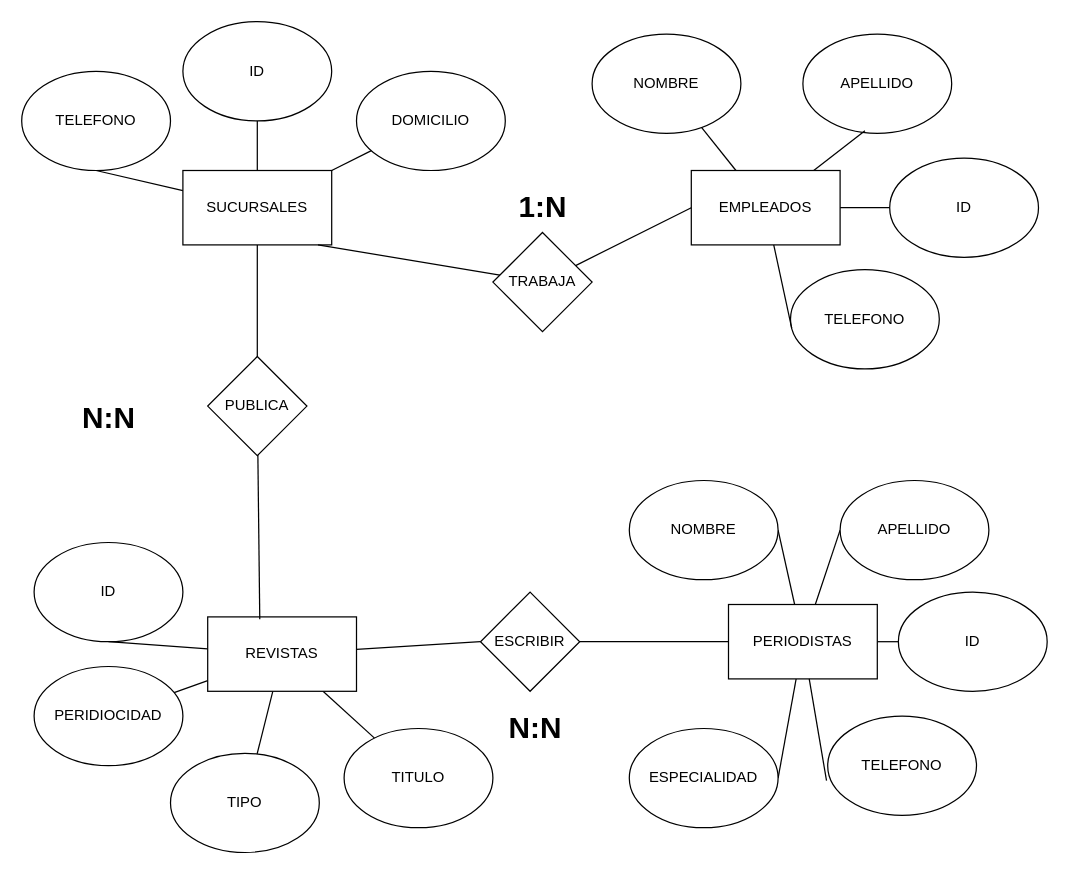
Earlier version of the draw.io diagram page "Moodle" (1 of 4) of Relacion_entidad.io.drawio (leoandyaz/Base-de-datos). Source tidied: cells renumbered, new cells numbered last; positions are measured from the earlier drawing's top-left corner, leaving out a move shared by most shapes. Both pictures are drawn from the tidied source at 124%, with x=0, y=0 at pixel (21, 21).
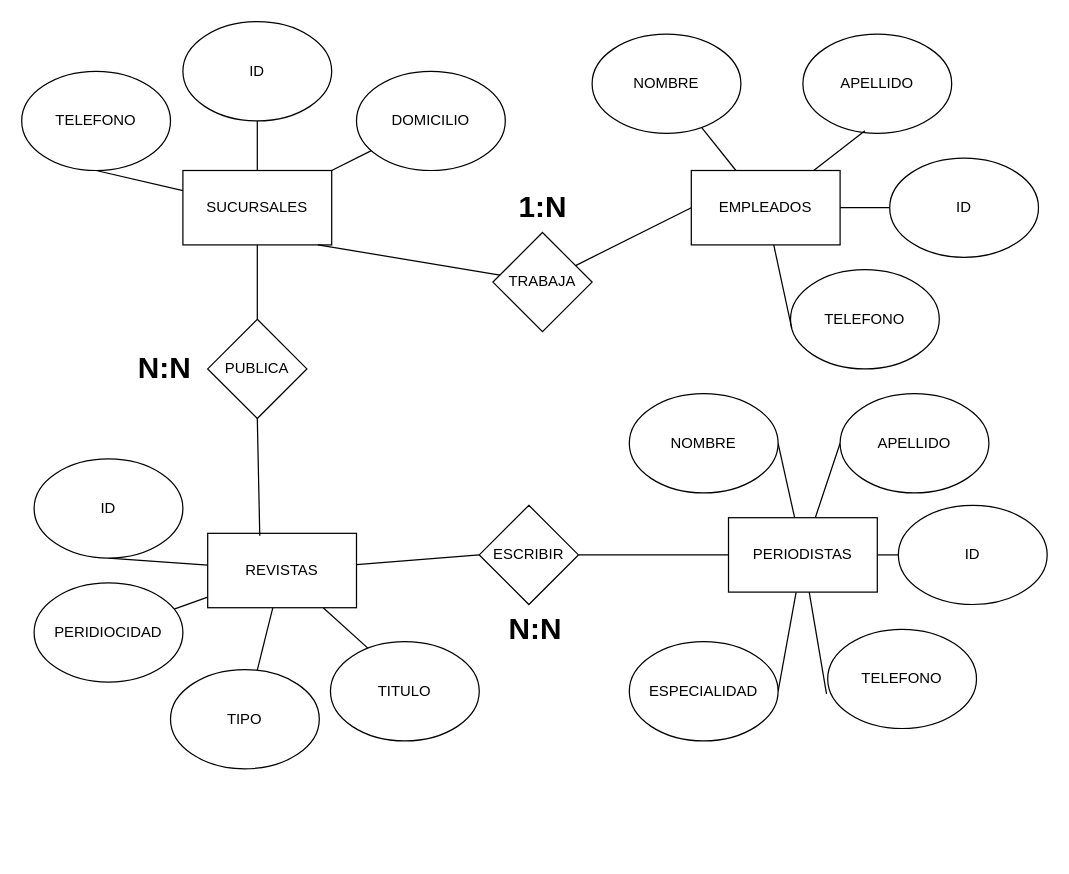
After the change.

Change to the diagram source:
```diff
@@
     <mxCell id="10" value="PUBLICA" style="rhombus;whiteSpace=wrap;html=1;" parent="1" vertex="1">
-      <mxGeometry x="150" y="270" width="80" height="80" as="geometry" />
+      <mxGeometry x="150" y="240" width="80" height="80" as="geometry" />
     </mxCell>
@@
     <mxCell id="22" value="PERIODISTAS" style="rounded=0;whiteSpace=wrap;html=1;" parent="1" vertex="1">
-      <mxGeometry x="570" y="470" width="120" height="60" as="geometry" />
+      <mxGeometry x="570" y="400" width="120" height="60" as="geometry" />
     </mxCell>
     <mxCell id="23" value="NOMBRE" style="ellipse;whiteSpace=wrap;html=1;" parent="1" vertex="1">
-      <mxGeometry x="490" y="370" width="120" height="80" as="geometry" />
+      <mxGeometry x="490" y="300" width="120" height="80" as="geometry" />
     </mxCell>
     <mxCell id="24" value="APELLIDO" style="ellipse;whiteSpace=wrap;html=1;" parent="1" vertex="1">
-      <mxGeometry x="660" y="370" width="120" height="80" as="geometry" />
+      <mxGeometry x="660" y="300" width="120" height="80" as="geometry" />
     </mxCell>
     <mxCell id="25" value="ID" style="ellipse;whiteSpace=wrap;html=1;" parent="1" vertex="1">
-      <mxGeometry x="707" y="460" width="120" height="80" as="geometry" />
+      <mxGeometry x="707" y="390" width="120" height="80" as="geometry" />
     </mxCell>
     <mxCell id="26" value="TELEFONO" style="ellipse;whiteSpace=wrap;html=1;" parent="1" vertex="1">
-      <mxGeometry x="650" y="560" width="120" height="80" as="geometry" />
+      <mxGeometry x="650" y="490" width="120" height="80" as="geometry" />
     </mxCell>
     <mxCell id="27" value="ESPECIALIDAD" style="ellipse;whiteSpace=wrap;html=1;" parent="1" vertex="1">
-      <mxGeometry x="490" y="570" width="120" height="80" as="geometry" />
+      <mxGeometry x="490" y="500" width="120" height="80" as="geometry" />
     </mxCell>
@@
     <mxCell id="29" value="ESCRIBIR" style="rhombus;whiteSpace=wrap;html=1;" parent="1" vertex="1">
-      <mxGeometry x="370" y="460" width="80" height="80" as="geometry" />
+      <mxGeometry x="369" y="390" width="80" height="80" as="geometry" />
     </mxCell>
-    <mxCell id="30" style="rounded=0;jettySize=auto;html=1;endArrow=none;endFill=0;" parent="1" edge="1" source="35" target="36">
-      <mxGeometry relative="1" as="geometry" />
+    <mxCell id="30" style="rounded=0;jettySize=auto;html=1;endArrow=none;endFill=0;" parent="1" edge="1" source="35">
+      <mxGeometry relative="1" as="geometry">
+        <mxPoint x="284.7" y="510.2" as="targetPoint" />
+      </mxGeometry>
     </mxCell>
@@
     <mxCell id="35" value="REVISTAS" style="rounded=0;whiteSpace=wrap;html=1;" parent="1" vertex="1">
-      <mxGeometry x="150" y="480" width="120" height="60" as="geometry" />
+      <mxGeometry x="150" y="412.6" width="120" height="60" as="geometry" />
     </mxCell>
     <mxCell id="36" value="TITULO" style="ellipse;whiteSpace=wrap;html=1;" parent="1" vertex="1">
-      <mxGeometry x="260" y="570" width="120" height="80" as="geometry" />
+      <mxGeometry x="249" y="500" width="120" height="80" as="geometry" />
     </mxCell>
     <mxCell id="37" value="ID" style="ellipse;whiteSpace=wrap;html=1;" parent="1" vertex="1">
-      <mxGeometry x="10" y="420" width="120" height="80" as="geometry" />
+      <mxGeometry x="10" y="352.6" width="120" height="80" as="geometry" />
     </mxCell>
     <mxCell id="38" value="PERIDIOCIDAD" style="ellipse;whiteSpace=wrap;html=1;" parent="1" vertex="1">
-      <mxGeometry x="10" y="520" width="120" height="80" as="geometry" />
+      <mxGeometry x="10" y="452.6" width="120" height="80" as="geometry" />
     </mxCell>
     <mxCell id="39" value="TIPO" style="ellipse;whiteSpace=wrap;html=1;" parent="1" vertex="1">
-      <mxGeometry x="120" y="590" width="120" height="80" as="geometry" />
+      <mxGeometry x="120" y="522.5" width="120" height="80" as="geometry" />
     </mxCell>
@@
-    <mxCell id="43" style="rounded=0;jettySize=auto;html=1;entryX=0.35;entryY=0.033;entryDx=0;entryDy=0;entryPerimeter=0;endArrow=none;endFill=0;" parent="1" edge="1" source="10" target="35">
+    <mxCell id="43" style="rounded=0;jettySize=auto;html=1;entryX=0.35;entryY=0.033;entryDx=0;entryDy=0;entryPerimeter=0;endArrow=none;endFill=0;exitX=0.5;exitY=1;exitDx=0;exitDy=0;" parent="1" edge="1" source="10" target="35">
       <mxGeometry relative="1" as="geometry" />
     </mxCell>
@@
     <mxCell id="48" value="N:N" style="text;strokeColor=none;fillColor=none;html=1;fontSize=24;fontStyle=1;verticalAlign=middle;align=center;" parent="1" vertex="1">
-      <mxGeometry x="35" y="310" width="70" height="20" as="geometry" />
+      <mxGeometry x="80" y="270" width="70" height="20" as="geometry" />
     </mxCell>
     <mxCell id="49" value="N:N" style="text;strokeColor=none;fillColor=none;html=1;fontSize=24;fontStyle=1;verticalAlign=middle;align=center;" parent="1" vertex="1">
-      <mxGeometry x="379" y="560" width="70" height="20" as="geometry" />
+      <mxGeometry x="379" y="480" width="70" height="20" as="geometry" />
     </mxCell>
```
